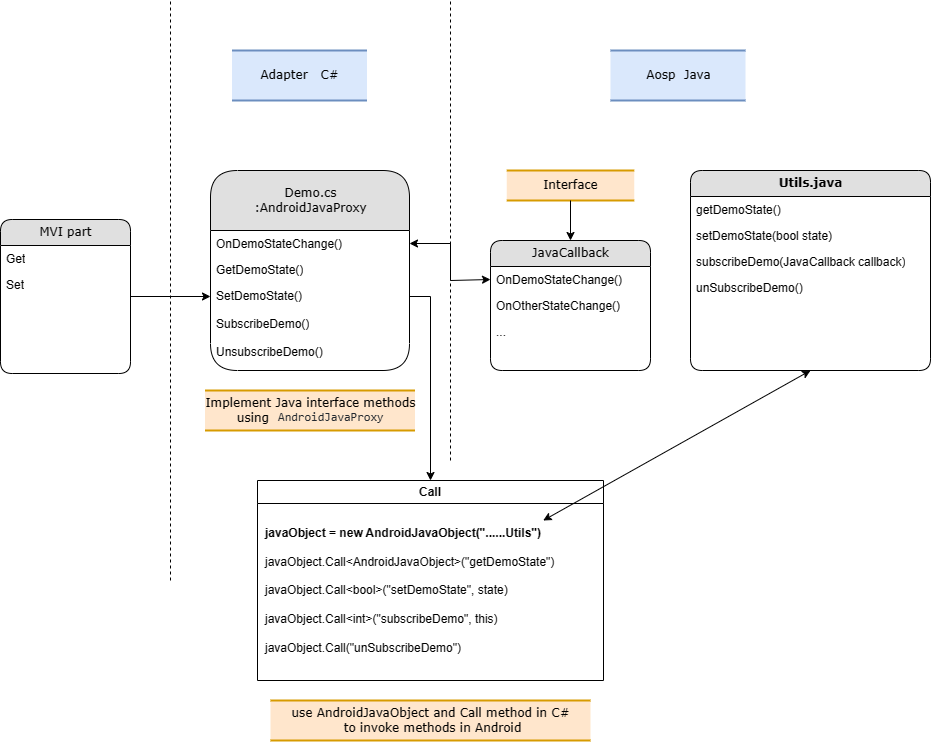
Before: test3.drawio.png, a diagram exported from draw.io (dongshanxiao/FlowCharts). Source tidied: cells renumbered, new cells last; positions are measured from the earlier drawing's top-left corner, leaving out a move shared by most shapes. The source it was exported from:
```xml
<mxGraphModel background="#ffffff">
  <root>
    <mxCell id="0" />
    <mxCell id="1" parent="0" />
    <mxCell id="2" value="Adapter&amp;nbsp; &amp;nbsp;C#" style="html=1;rounded=0;shadow=0;comic=0;labelBackgroundColor=none;strokeWidth=2;fontFamily=Verdana;fontSize=12;align=center;shape=mxgraph.ios7ui.horLines;fillColor=#dae8fc;strokeColor=#6c8ebf;" parent="1" vertex="1">
      <mxGeometry x="231.5" y="50" width="135" height="50" as="geometry" />
    </mxCell>
    <mxCell id="3" value="Demo.cs&lt;br&gt;:AndroidJavaProxy" style="swimlane;html=1;fontStyle=0;horizontal=1;startSize=60;fillColor=#e0e0e0;swimlaneFillColor=#ffffff;align=center;rounded=1;shadow=0;comic=0;labelBackgroundColor=none;strokeWidth=1;fontFamily=Verdana;fontSize=12;" parent="1" vertex="1">
      <mxGeometry x="210" y="170" width="199" height="200" as="geometry" />
    </mxCell>
    <mxCell id="4" value="OnDemoStateChange()" style="text;html=1;strokeColor=none;fillColor=none;spacingLeft=4;spacingRight=4;whiteSpace=wrap;overflow=hidden;points=[[0,0.5],[1,0.5]];portConstraint=eastwest;" parent="3" vertex="1">
      <mxGeometry y="60" width="199" height="26" as="geometry" />
    </mxCell>
    <mxCell id="5" value="GetDemoState()" style="text;html=1;strokeColor=none;fillColor=none;spacingLeft=4;spacingRight=4;whiteSpace=wrap;overflow=hidden;" parent="3" vertex="1">
      <mxGeometry y="86" width="199" height="26" as="geometry" />
    </mxCell>
    <mxCell id="6" value="SetDemoState()" style="text;html=1;strokeColor=none;fillColor=none;spacingLeft=4;spacingRight=4;whiteSpace=wrap;overflow=hidden;points=[[0,0.5],[1,0.5]];portConstraint=eastwest;" parent="3" vertex="1">
      <mxGeometry y="112" width="199" height="28" as="geometry" />
    </mxCell>
    <mxCell id="7" value="SubscribeDemo()" style="text;html=1;strokeColor=none;fillColor=none;spacingLeft=4;spacingRight=4;whiteSpace=wrap;overflow=hidden;" parent="3" vertex="1">
      <mxGeometry y="140" width="199" height="28" as="geometry" />
    </mxCell>
    <mxCell id="8" value="UnsubscribeDemo()" style="text;html=1;strokeColor=none;fillColor=none;spacingLeft=4;spacingRight=4;whiteSpace=wrap;overflow=hidden;" parent="3" vertex="1">
      <mxGeometry y="168" width="199" height="28" as="geometry" />
    </mxCell>
    <mxCell id="9" value="JavaCallback" style="swimlane;html=1;fontStyle=0;horizontal=1;startSize=26;fillColor=#e0e0e0;swimlaneFillColor=#ffffff;align=center;rounded=1;shadow=0;comic=0;labelBackgroundColor=none;strokeWidth=1;fontFamily=Verdana;fontSize=12;" parent="1" vertex="1">
      <mxGeometry x="490" y="240" width="160" height="130" as="geometry" />
    </mxCell>
    <mxCell id="10" value="OnDemoStateChange()" style="text;html=1;strokeColor=none;fillColor=none;spacingLeft=4;spacingRight=4;whiteSpace=wrap;overflow=hidden;points=[[0,0.5],[1,0.5]];portConstraint=eastwest;" parent="9" vertex="1">
      <mxGeometry y="26" width="160" height="26" as="geometry" />
    </mxCell>
    <mxCell id="11" value="OnOtherStateChange()" style="text;html=1;strokeColor=none;fillColor=none;spacingLeft=4;spacingRight=4;whiteSpace=wrap;overflow=hidden;" parent="9" vertex="1">
      <mxGeometry y="52" width="160" height="26" as="geometry" />
    </mxCell>
    <mxCell id="12" value="..." style="text;html=1;strokeColor=none;fillColor=none;spacingLeft=4;spacingRight=4;whiteSpace=wrap;overflow=hidden;" parent="9" vertex="1">
      <mxGeometry y="78" width="160" height="26" as="geometry" />
    </mxCell>
    <mxCell id="13" style="edgeStyle=orthogonalEdgeStyle;rounded=0;jettySize=auto;html=1;" parent="1" edge="1" source="14" target="6">
      <mxGeometry relative="1" as="geometry" />
    </mxCell>
    <mxCell id="14" value="MVI part" style="swimlane;html=1;fontStyle=0;horizontal=1;startSize=26;fillColor=#e0e0e0;swimlaneFillColor=#ffffff;align=center;rounded=1;shadow=0;comic=0;labelBackgroundColor=none;strokeWidth=1;fontFamily=Verdana;fontSize=12;" parent="1" vertex="1">
      <mxGeometry y="219" width="130" height="154" as="geometry" />
    </mxCell>
    <mxCell id="15" value="Get" style="text;html=1;strokeColor=none;fillColor=none;spacingLeft=4;spacingRight=4;whiteSpace=wrap;overflow=hidden;" parent="14" vertex="1">
      <mxGeometry y="26" width="130" height="26" as="geometry" />
    </mxCell>
    <mxCell id="16" value="Set" style="text;html=1;strokeColor=none;fillColor=none;spacingLeft=4;spacingRight=4;whiteSpace=wrap;overflow=hidden;" parent="14" vertex="1">
      <mxGeometry y="52" width="130" height="26" as="geometry" />
    </mxCell>
    <mxCell id="17" value="Aosp&amp;nbsp; Java" style="html=1;rounded=0;shadow=0;comic=0;labelBackgroundColor=none;strokeWidth=2;fontFamily=Verdana;fontSize=12;align=center;shape=mxgraph.ios7ui.horLines;fillColor=#dae8fc;strokeColor=#6c8ebf;" parent="1" vertex="1">
      <mxGeometry x="610" y="50" width="135" height="50" as="geometry" />
    </mxCell>
    <mxCell id="18" value="&lt;b&gt;Utils.java&lt;/b&gt;" style="swimlane;html=1;fontStyle=0;horizontal=1;startSize=26;fillColor=#e0e0e0;swimlaneFillColor=#ffffff;align=center;rounded=1;shadow=0;comic=0;labelBackgroundColor=none;strokeWidth=1;fontFamily=Verdana;fontSize=12;" parent="1" vertex="1">
      <mxGeometry x="690" y="170" width="240" height="200" as="geometry" />
    </mxCell>
    <mxCell id="19" value="getDemoState()" style="text;html=1;strokeColor=none;fillColor=none;spacingLeft=4;spacingRight=4;whiteSpace=wrap;overflow=hidden;" parent="18" vertex="1">
      <mxGeometry y="26" width="240" height="26" as="geometry" />
    </mxCell>
    <mxCell id="20" value="setDemoState(bool state)" style="text;html=1;strokeColor=none;fillColor=none;spacingLeft=4;spacingRight=4;whiteSpace=wrap;overflow=hidden;" parent="18" vertex="1">
      <mxGeometry y="52" width="240" height="26" as="geometry" />
    </mxCell>
    <mxCell id="21" value="subscribeDemo(JavaCallback callback)" style="text;html=1;strokeColor=none;fillColor=none;spacingLeft=4;spacingRight=4;whiteSpace=wrap;overflow=hidden;" parent="18" vertex="1">
      <mxGeometry y="78" width="240" height="26" as="geometry" />
    </mxCell>
    <mxCell id="22" value="unSubscribeDemo()" style="text;html=1;strokeColor=none;fillColor=none;spacingLeft=4;spacingRight=4;whiteSpace=wrap;overflow=hidden;" parent="18" vertex="1">
      <mxGeometry y="104" width="240" height="26" as="geometry" />
    </mxCell>
    <mxCell id="23" style="endArrow=none;dashed=1;html=1;rounded=0;" parent="1" edge="1">
      <mxGeometry relative="1" as="geometry">
        <mxPoint x="450" y="460" as="sourcePoint" />
        <mxPoint x="450" as="targetPoint" />
      </mxGeometry>
    </mxCell>
    <mxCell id="24" value="Interface" style="html=1;rounded=0;shadow=0;comic=0;labelBackgroundColor=none;strokeWidth=2;fontFamily=Verdana;fontSize=12;align=center;shape=mxgraph.ios7ui.horLines;fillColor=#ffe6cc;strokeColor=#d79b00;" parent="1" vertex="1">
      <mxGeometry x="506.2" y="170" width="127.5" height="30" as="geometry" />
    </mxCell>
    <mxCell id="25" style="endArrow=classic;html=1;rounded=0;" parent="1" edge="1" source="24" target="9">
      <mxGeometry relative="1" as="geometry" />
    </mxCell>
    <mxCell id="26" style="endArrow=classic;startArrow=classic;html=1;rounded=0;entryX=0;entryY=0.5;entryDx=0;entryDy=0;exitX=1;exitY=0.5;exitDx=0;exitDy=0;" parent="1" edge="1" source="4" target="10">
      <mxGeometry relative="1" as="geometry">
        <Array as="points">
          <mxPoint x="450" y="243" />
          <mxPoint x="450" y="280" />
        </Array>
      </mxGeometry>
    </mxCell>
    <mxCell id="27" value="Implement Java interface methods&lt;br&gt;&amp;nbsp;using&amp;nbsp;&lt;code style=&quot;border-color: rgb(229, 231, 235); background-color: var(--color-neutral-muted); box-sizing: border-box; border-width: 0px; border-style: solid; --tw-border-spacing-x: 0; --tw-border-spacing-y: 0; --tw-translate-x: 0; --tw-translate-y: 0; --tw-rotate: 0; --tw-skew-x: 0; --tw-skew-y: 0; --tw-scale-x: 1; --tw-scale-y: 1; --tw-pan-x: ; --tw-pan-y: ; --tw-pinch-zoom: ; --tw-scroll-snap-strictness: proximity; --tw-ordinal: ; --tw-slashed-zero: ; --tw-numeric-figure: ; --tw-numeric-spacing: ; --tw-numeric-fraction: ; --tw-ring-inset: ; --tw-ring-offset-width: 0px; --tw-ring-offset-color: #fff; --tw-ring-color: rgb(59 130 246 / .5); --tw-ring-offset-shadow: 0 0 #0000; --tw-ring-shadow: 0 0 #0000; --tw-shadow: 0 0 #0000; --tw-shadow-colored: 0 0 #0000; --tw-blur: ; --tw-brightness: ; --tw-contrast: ; --tw-grayscale: ; --tw-hue-rotate: ; --tw-invert: ; --tw-saturate: ; --tw-sepia: ; --tw-drop-shadow: ; --tw-backdrop-blur: ; --tw-backdrop-brightness: ; --tw-backdrop-contrast: ; --tw-backdrop-grayscale: ; --tw-backdrop-hue-rotate: ; --tw-backdrop-invert: ; --tw-backdrop-opacity: ; --tw-backdrop-saturate: ; --tw-backdrop-sepia: ; font-family: ui-monospace, SFMono-Regular, &amp;quot;SF Mono&amp;quot;, Menlo, Consolas, &amp;quot;Liberation Mono&amp;quot;, monospace; padding: 0.2em 0.4em; margin: 0px; border-radius: 6px; color: rgb(36, 41, 47); text-align: start;&quot;&gt;AndroidJavaProxy&lt;/code&gt;" style="html=1;rounded=0;shadow=0;comic=0;labelBackgroundColor=none;strokeWidth=2;fontFamily=Verdana;fontSize=12;align=center;shape=mxgraph.ios7ui.horLines;fillColor=#ffe6cc;strokeColor=#d79b00;" parent="1" vertex="1">
      <mxGeometry x="204.5" y="390" width="210" height="40" as="geometry" />
    </mxCell>
    <mxCell id="28" style="endArrow=none;dashed=1;html=1;rounded=0;" parent="1" edge="1">
      <mxGeometry relative="1" as="geometry">
        <mxPoint x="170" y="580" as="sourcePoint" />
        <mxPoint x="170" as="targetPoint" />
      </mxGeometry>
    </mxCell>
    <mxCell id="29" value="Call" style="swimlane;whiteSpace=wrap;html=1;" parent="1" vertex="1">
      <mxGeometry x="257" y="480" width="346" height="200" as="geometry" />
    </mxCell>
    <mxCell id="30" value="&lt;b&gt;javaObject = new AndroidJavaObject(&quot;......Utils&quot;)&lt;/b&gt;&lt;br&gt;&lt;br&gt;javaObject.Call&amp;lt;AndroidJavaObject&lt;span style=&quot;background-color: initial;&quot;&gt;&amp;gt;(&quot;getDemoState&quot;)&lt;/span&gt;&lt;br&gt;&lt;br style=&quot;border-color: var(--border-color);&quot;&gt;javaObject.Call&amp;lt;bool&lt;span style=&quot;background-color: initial;&quot;&gt;&amp;gt;(&quot;setDemoState&quot;, state)&lt;/span&gt;&lt;br&gt;&lt;br style=&quot;border-color: var(--border-color);&quot;&gt;javaObject.Call&amp;lt;int&amp;gt;(&quot;subscribeDemo&quot;, this)&lt;br&gt;&lt;br&gt;javaObject.Call(&quot;unSubscribeDemo&quot;)" style="text;html=1;align=left;verticalAlign=middle;points=[];strokeColor=none;fillColor=none;" parent="29" vertex="1">
      <mxGeometry x="6" y="40" width="310" height="140" as="geometry" />
    </mxCell>
    <mxCell id="31" value="use AndroidJavaObject and Call method in C#&lt;br&gt;&amp;nbsp;to invoke methods in Android" style="html=1;rounded=0;shadow=0;comic=0;labelBackgroundColor=none;strokeWidth=2;fontFamily=Verdana;fontSize=12;align=center;shape=mxgraph.ios7ui.horLines;fillColor=#ffe6cc;strokeColor=#d79b00;" parent="1" vertex="1">
      <mxGeometry x="270" y="700" width="320" height="40" as="geometry" />
    </mxCell>
    <mxCell id="32" style="edgeStyle=orthogonalEdgeStyle;rounded=0;jettySize=auto;html=1;exitX=1;exitY=0.5;exitDx=0;exitDy=0;entryX=0.5;entryY=0;entryDx=0;entryDy=0;" parent="1" edge="1" source="6" target="29">
      <mxGeometry relative="1" as="geometry" />
    </mxCell>
    <mxCell id="33" style="endArrow=classic;startArrow=classic;html=1;rounded=0;entryX=0.5;entryY=1;entryDx=0;entryDy=0;" parent="1" edge="1" source="30" target="18">
      <mxGeometry relative="1" as="geometry" />
    </mxCell>
  </root>
</mxGraphModel>
```
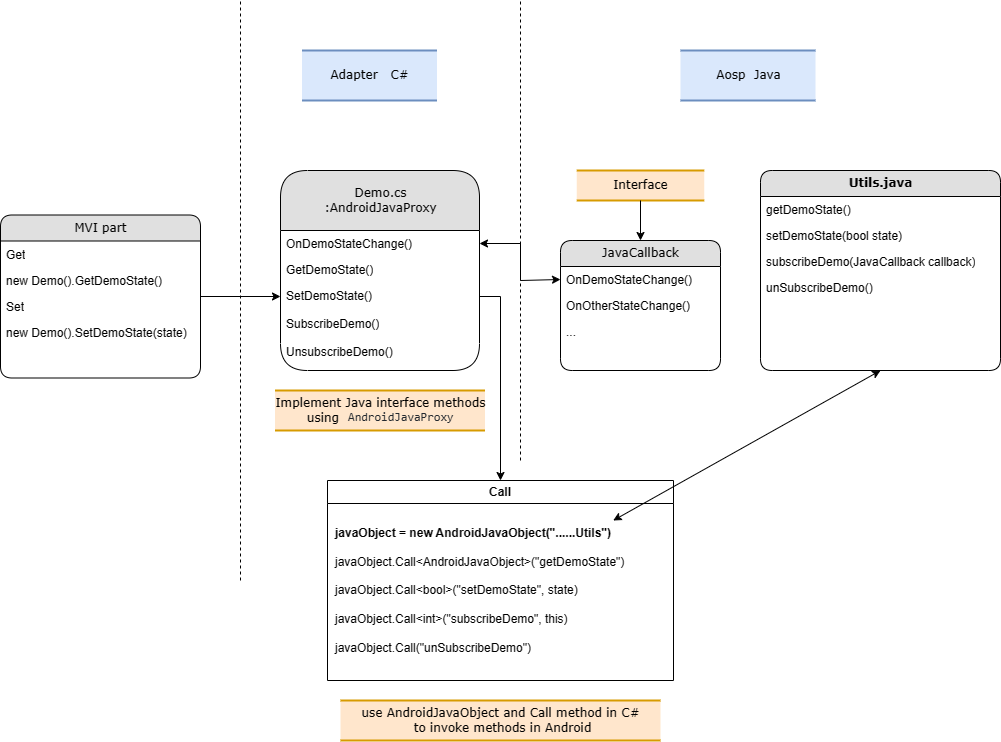
After the commit.

Diff of the diagram source:
```diff
@@ -39,14 +39,20 @@
       <mxGeometry relative="1" as="geometry" />
     </mxCell>
     <mxCell id="14" value="MVI part" style="swimlane;html=1;fontStyle=0;horizontal=1;startSize=26;fillColor=#e0e0e0;swimlaneFillColor=#ffffff;align=center;rounded=1;shadow=0;comic=0;labelBackgroundColor=none;strokeWidth=1;fontFamily=Verdana;fontSize=12;" parent="1" vertex="1">
-      <mxGeometry y="219" width="130" height="154" as="geometry" />
+      <mxGeometry x="-70" y="214.5" width="200" height="163" as="geometry" />
     </mxCell>
     <mxCell id="15" value="Get" style="text;html=1;strokeColor=none;fillColor=none;spacingLeft=4;spacingRight=4;whiteSpace=wrap;overflow=hidden;" parent="14" vertex="1">
-      <mxGeometry y="26" width="130" height="26" as="geometry" />
+      <mxGeometry y="26" width="200" height="26" as="geometry" />
     </mxCell>
-    <mxCell id="16" value="Set" style="text;html=1;strokeColor=none;fillColor=none;spacingLeft=4;spacingRight=4;whiteSpace=wrap;overflow=hidden;" parent="14" vertex="1">
-      <mxGeometry y="52" width="130" height="26" as="geometry" />
+    <mxCell id="16" value="new Demo().GetDemoState()" style="text;html=1;strokeColor=none;fillColor=none;spacingLeft=4;spacingRight=4;whiteSpace=wrap;overflow=hidden;" parent="14" vertex="1">
+      <mxGeometry y="52" width="200" height="26" as="geometry" />
     </mxCell>
+    <mxCell id="34" value="Set" style="text;html=1;strokeColor=none;fillColor=none;spacingLeft=4;spacingRight=4;whiteSpace=wrap;overflow=hidden;" parent="14" vertex="1">
+      <mxGeometry y="78" width="200" height="26" as="geometry" />
+    </mxCell>
+    <mxCell id="35" value="new Demo().SetDemoState(state)" style="text;html=1;strokeColor=none;fillColor=none;spacingLeft=4;spacingRight=4;whiteSpace=wrap;overflow=hidden;" parent="14" vertex="1">
+      <mxGeometry y="104" width="200" height="26" as="geometry" />
+    </mxCell>
     <mxCell id="17" value="Aosp&amp;nbsp; Java" style="html=1;rounded=0;shadow=0;comic=0;labelBackgroundColor=none;strokeWidth=2;fontFamily=Verdana;fontSize=12;align=center;shape=mxgraph.ios7ui.horLines;fillColor=#dae8fc;strokeColor=#6c8ebf;" parent="1" vertex="1">
       <mxGeometry x="610" y="50" width="135" height="50" as="geometry" />
     </mxCell>
```
